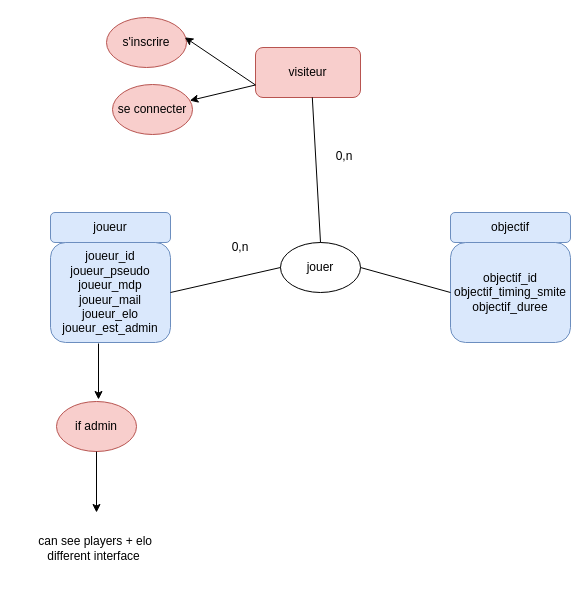
Above: Untitled Diagram.drawio in 402rayan/Pop_smite (draw.io), before the change. Source tidied: cells renumbered, new cells numbered last; positions are measured from the earlier drawing's top-left corner, leaving out a move shared by most shapes. Both pictures are drawn from the tidied source at 100%, with x=0, y=0 at pixel (17, 17).
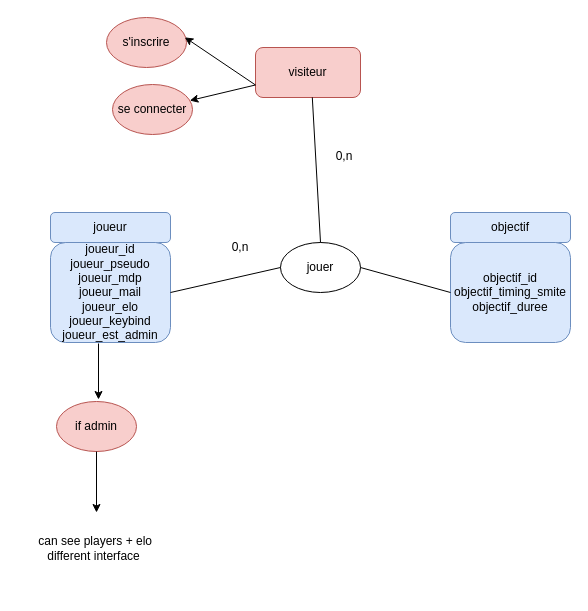
Above is the later version.

What changed in the source:
```diff
@@
-    <mxCell id="3" value="joueur_id&lt;br&gt;joueur_pseudo&lt;br&gt;joueur_mdp&lt;br&gt;joueur_mail&lt;br&gt;joueur_elo&lt;br&gt;joueur_est_admin" style="rounded=1;whiteSpace=wrap;html=1;fillColor=#dae8fc;strokeColor=#6c8ebf;" parent="1" vertex="1">
+    <mxCell id="3" value="joueur_id&lt;br&gt;joueur_pseudo&lt;br&gt;joueur_mdp&lt;br&gt;joueur_mail&lt;br&gt;joueur_elo&lt;br&gt;joueur_keybind&lt;br&gt;joueur_est_admin" style="rounded=1;whiteSpace=wrap;html=1;fillColor=#dae8fc;strokeColor=#6c8ebf;" parent="1" vertex="1">
       <mxGeometry x="33" y="225" width="120" height="100" as="geometry" />
     </mxCell>
```
